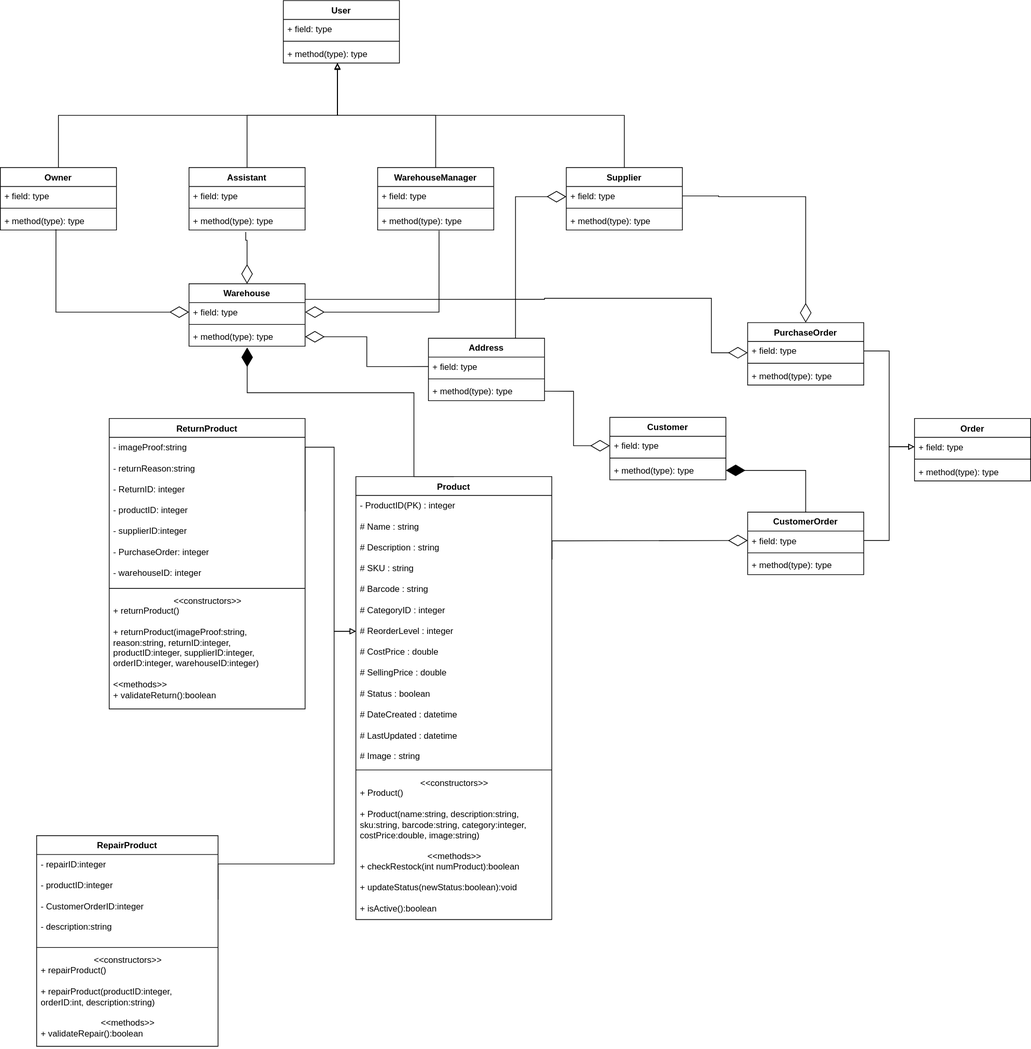
This is class diagram.svg from Simamkele88/IFM3_GP, a draw.io export, as it was before one commit. Source tidied: cells renumbered, new cells last; positions are measured from the earlier drawing's top-left corner, leaving out a move shared by most shapes.
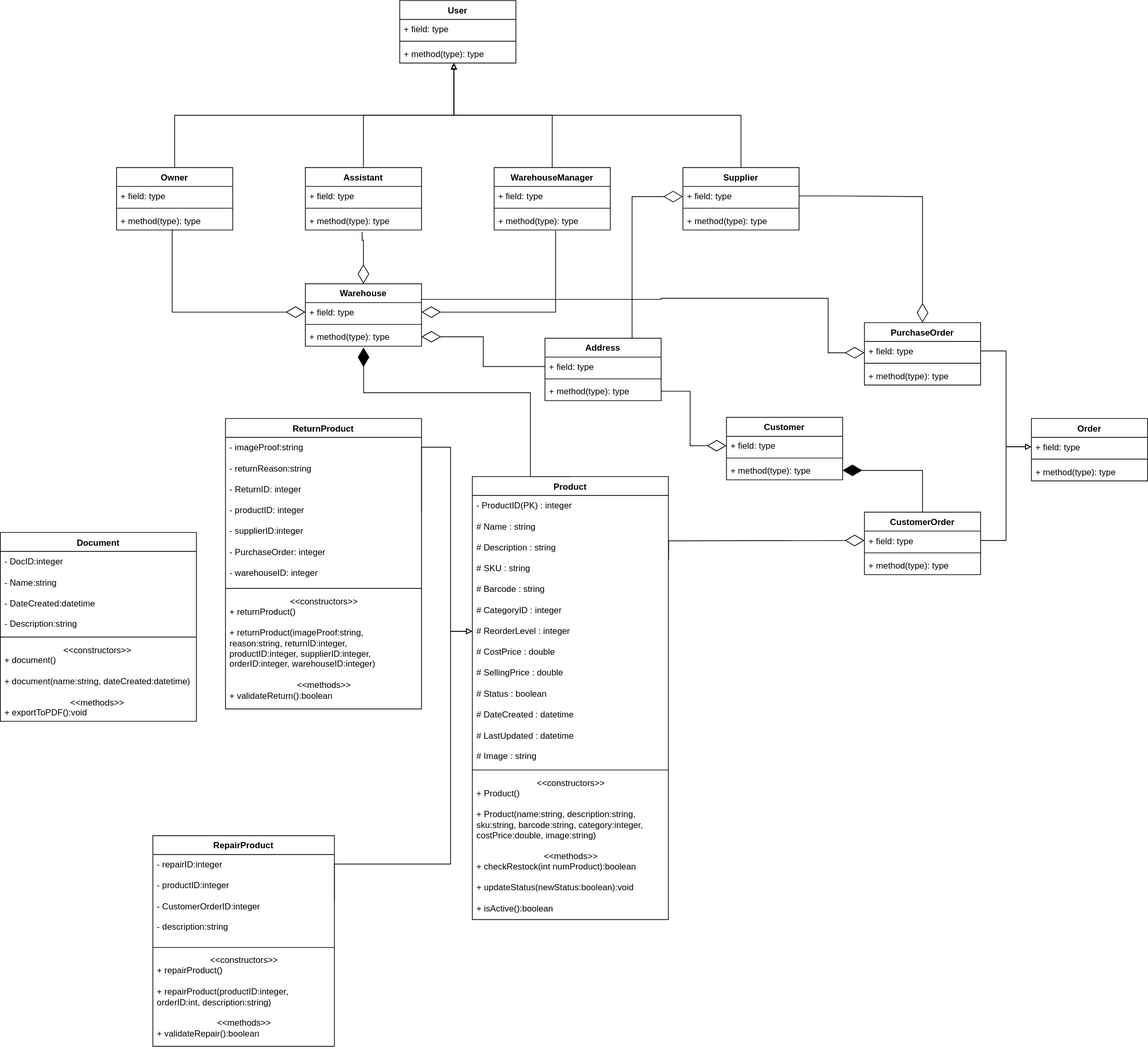
The same diagram one commit later.

The edit, as a diff of the source:
```diff
@@ -91,7 +91,7 @@
     <mxCell id="29" style="line;strokeWidth=1;fillColor=none;align=left;verticalAlign=middle;spacingTop=-1;spacingLeft=3;spacingRight=3;labelPosition=right;strokeColor=inherit;" parent="27" vertex="1">
       <mxGeometry y="230" width="270" height="8" as="geometry" />
     </mxCell>
-    <mxCell id="30" value="&lt;div style=&quot;text-align: center;&quot;&gt;&lt;span style=&quot;background-color: transparent; color: light-dark(rgb(0, 0, 0), rgb(255, 255, 255));&quot;&gt;&amp;lt;&amp;lt;constructors&amp;gt;&amp;gt;&lt;/span&gt;&lt;/div&gt;&lt;div&gt;+ returnProduct()&lt;/div&gt;&lt;div&gt;&lt;br&gt;&lt;/div&gt;&lt;div&gt;+ returnProduct(imageProof:string, reason:string, returnID:integer, productID:integer, supplierID:integer, orderID:integer, warehouseID:integer&lt;span style=&quot;background-color: transparent; color: light-dark(rgb(0, 0, 0), rgb(255, 255, 255));&quot;&gt;)&lt;/span&gt;&lt;/div&gt;&lt;div&gt;&lt;span style=&quot;background-color: transparent; color: light-dark(rgb(0, 0, 0), rgb(255, 255, 255));&quot;&gt;&lt;br&gt;&lt;/span&gt;&lt;/div&gt;&lt;div&gt;&lt;span style=&quot;background-color: transparent; color: light-dark(rgb(0, 0, 0), rgb(255, 255, 255));&quot;&gt;&amp;lt;&amp;lt;methods&amp;gt;&amp;gt;&lt;/span&gt;&lt;/div&gt;&lt;div&gt;&lt;span style=&quot;background-color: transparent; color: light-dark(rgb(0, 0, 0), rgb(255, 255, 255));&quot;&gt;+ validateReturn():boolean&lt;/span&gt;&lt;/div&gt;" style="text;strokeColor=none;fillColor=none;align=left;verticalAlign=top;spacingLeft=4;spacingRight=4;overflow=hidden;whiteSpace=wrap;html=1;" parent="27" vertex="1">
+    <mxCell id="30" value="&lt;div style=&quot;text-align: center;&quot;&gt;&lt;span style=&quot;background-color: transparent; color: light-dark(rgb(0, 0, 0), rgb(255, 255, 255));&quot;&gt;&amp;lt;&amp;lt;constructors&amp;gt;&amp;gt;&lt;/span&gt;&lt;/div&gt;&lt;div&gt;+ returnProduct()&lt;/div&gt;&lt;div&gt;&lt;br&gt;&lt;/div&gt;&lt;div&gt;+ returnProduct(imageProof:string, reason:string, returnID:integer, productID:integer, supplierID:integer, orderID:integer, warehouseID:integer&lt;span style=&quot;background-color: transparent; color: light-dark(rgb(0, 0, 0), rgb(255, 255, 255));&quot;&gt;)&lt;/span&gt;&lt;/div&gt;&lt;div&gt;&lt;span style=&quot;background-color: transparent; color: light-dark(rgb(0, 0, 0), rgb(255, 255, 255));&quot;&gt;&lt;br&gt;&lt;/span&gt;&lt;/div&gt;&lt;div style=&quot;text-align: center;&quot;&gt;&lt;span style=&quot;background-color: transparent; color: light-dark(rgb(0, 0, 0), rgb(255, 255, 255));&quot;&gt;&amp;lt;&amp;lt;methods&amp;gt;&amp;gt;&lt;/span&gt;&lt;/div&gt;&lt;div&gt;&lt;span style=&quot;background-color: transparent; color: light-dark(rgb(0, 0, 0), rgb(255, 255, 255));&quot;&gt;+ validateReturn():boolean&lt;/span&gt;&lt;/div&gt;" style="text;strokeColor=none;fillColor=none;align=left;verticalAlign=top;spacingLeft=4;spacingRight=4;overflow=hidden;whiteSpace=wrap;html=1;" parent="27" vertex="1">
       <mxGeometry y="238" width="270" height="162" as="geometry" />
     </mxCell>
     <mxCell id="31" style="edgeStyle=orthogonalEdgeStyle;rounded=0;jettySize=auto;html=1;entryX=0;entryY=0.5;entryDx=0;entryDy=0;endArrow=block;endFill=0;exitX=1;exitY=0.5;exitDx=0;exitDy=0;" parent="1" edge="1" source="33" target="37">
@@ -285,5 +285,17 @@
         </Array>
       </mxGeometry>
     </mxCell>
+    <mxCell id="77" value="Document" style="swimlane;fontStyle=1;align=center;verticalAlign=top;horizontal=1;startSize=26;whiteSpace=wrap;html=1;" parent="1" vertex="1">
+      <mxGeometry x="-160" y="732.5" width="270" height="260" as="geometry" />
+    </mxCell>
+    <mxCell id="78" value="- DocID:integer&lt;div&gt;&lt;br&gt;&lt;/div&gt;&lt;div&gt;- Name:string&lt;/div&gt;&lt;div&gt;&lt;br&gt;&lt;/div&gt;&lt;div&gt;- DateCreated:datetime&lt;/div&gt;&lt;div&gt;&lt;br&gt;&lt;/div&gt;&lt;div&gt;- Description:string&lt;/div&gt;" style="text;strokeColor=none;fillColor=none;align=left;verticalAlign=top;spacingLeft=4;spacingRight=4;overflow=hidden;whiteSpace=wrap;html=1;" parent="77" vertex="1">
+      <mxGeometry y="26" width="270" height="114" as="geometry" />
+    </mxCell>
+    <mxCell id="79" style="line;strokeWidth=1;fillColor=none;align=left;verticalAlign=middle;spacingTop=-1;spacingLeft=3;spacingRight=3;labelPosition=right;strokeColor=inherit;" parent="77" vertex="1">
+      <mxGeometry y="140" width="270" height="8" as="geometry" />
+    </mxCell>
+    <mxCell id="80" value="&lt;div style=&quot;text-align: center;&quot;&gt;&lt;span style=&quot;background-color: transparent; color: light-dark(rgb(0, 0, 0), rgb(255, 255, 255));&quot;&gt;&amp;lt;&amp;lt;constructors&amp;gt;&amp;gt;&lt;/span&gt;&lt;/div&gt;&lt;div&gt;+ document()&lt;/div&gt;&lt;div&gt;&lt;br&gt;&lt;/div&gt;&lt;div&gt;+ document(name:string, dateCreated:datetime)&lt;/div&gt;&lt;div&gt;&lt;br&gt;&lt;/div&gt;&lt;div style=&quot;text-align: center;&quot;&gt;&amp;lt;&amp;lt;methods&amp;gt;&amp;gt;&lt;/div&gt;&lt;div&gt;+ exportToPDF():void&lt;/div&gt;" style="text;strokeColor=none;fillColor=none;align=left;verticalAlign=top;spacingLeft=4;spacingRight=4;overflow=hidden;whiteSpace=wrap;html=1;" parent="77" vertex="1">
+      <mxGeometry y="148" width="270" height="112" as="geometry" />
+    </mxCell>
   </root>
 </mxGraphModel>
```
